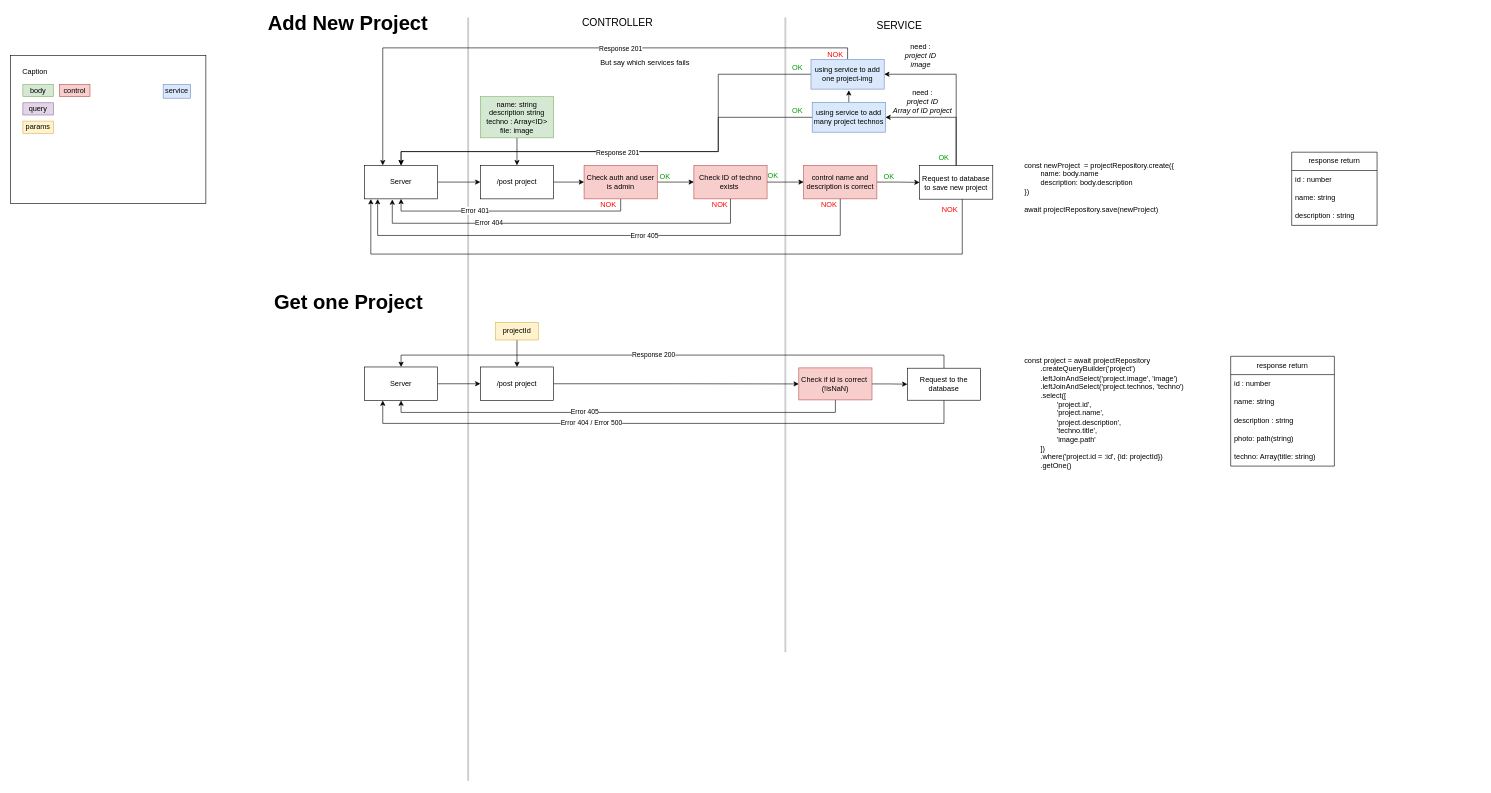
Above: documentation/projectRouteSchema.drawio in nsevendev/hecate (draw.io), before the change. Source tidied: cells renumbered, new cells numbered last; positions are measured from the earlier drawing's top-left corner, leaving out a move shared by most shapes. Both pictures are drawn from the tidied source at 61%, with x=0, y=0 at pixel (10, 10).
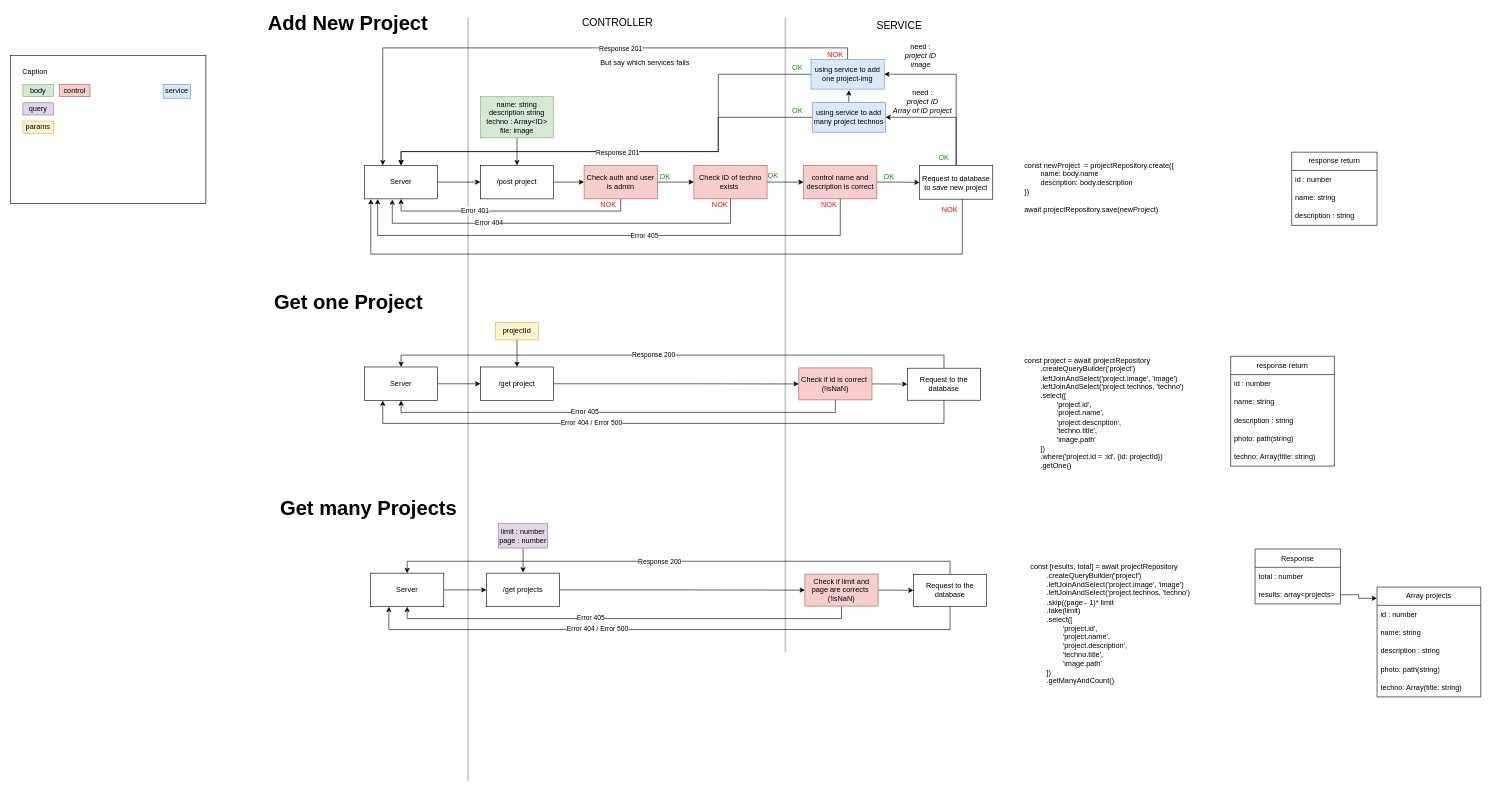
After the change.

Commit message:
schema: create get many projects route

Change to the diagram source:
```diff
@@
-    <mxCell id="65" value="/post project" style="rounded=0;whiteSpace=wrap;html=1;" parent="1" vertex="1">
+    <mxCell id="65" value="/get project" style="rounded=0;whiteSpace=wrap;html=1;" parent="1" vertex="1">
       <mxGeometry x="770" y="584.1" width="120" height="55" as="geometry" />
     </mxCell>
@@
     <mxCell id="72" value="Get one Project" style="text;html=1;align=left;verticalAlign=middle;whiteSpace=wrap;rounded=0;fontStyle=1;fontSize=33;" parent="1" vertex="1">
-      <mxGeometry x="430" y="463" width="380" height="30" as="geometry" />
+      <mxGeometry x="430" y="463" width="380" height="28" as="geometry" />
     </mxCell>
@@
     <mxCell id="84" value="&lt;div&gt;const project = await projectRepository&lt;/div&gt;&lt;div&gt;&lt;span style=&quot;white-space: pre;&quot;&gt;&#9;&lt;/span&gt;.createQueryBuilder('project')&lt;br&gt;&lt;/div&gt;&lt;div&gt;&lt;span style=&quot;white-space: pre;&quot;&gt;&#9;&lt;/span&gt;.leftJoinAndSelect('project.image', 'image')&lt;br&gt;&lt;/div&gt;&lt;div&gt;&lt;span style=&quot;white-space: pre;&quot;&gt;&#9;&lt;/span&gt;.leftJoinAndSelect('project.technos, 'techno')&lt;br&gt;&lt;/div&gt;&lt;div&gt;&lt;span style=&quot;white-space: pre;&quot;&gt;&#9;&lt;/span&gt;.select([&lt;/div&gt;&lt;div&gt;&lt;span style=&quot;white-space: pre;&quot;&gt;&#9;&lt;/span&gt;&lt;span style=&quot;white-space: pre;&quot;&gt;&#9;&lt;/span&gt;'project.id',&lt;br&gt;&lt;/div&gt;&lt;div&gt;&lt;span style=&quot;white-space: pre;&quot;&gt;&#9;&lt;/span&gt;&lt;span style=&quot;white-space: pre;&quot;&gt;&#9;&lt;/span&gt;'project.name',&lt;br&gt;&lt;/div&gt;&lt;div&gt;&lt;span style=&quot;white-space: pre;&quot;&gt;&#9;&lt;/span&gt;&lt;span style=&quot;white-space: pre;&quot;&gt;&#9;&lt;/span&gt;'project.description',&lt;br&gt;&lt;/div&gt;&lt;div&gt;&lt;span style=&quot;white-space: pre;&quot;&gt;&#9;&lt;/span&gt;&lt;span style=&quot;white-space: pre;&quot;&gt;&#9;&lt;/span&gt;'techno.title',&lt;br&gt;&lt;/div&gt;&lt;div&gt;&lt;span style=&quot;white-space: pre;&quot;&gt;&#9;&lt;/span&gt;&lt;span style=&quot;white-space: pre;&quot;&gt;&#9;&lt;/span&gt;'image.path'&lt;br&gt;&lt;/div&gt;&lt;div&gt;&lt;span style=&quot;white-space: pre;&quot;&gt;&#9;&lt;/span&gt;])&lt;br&gt;&lt;/div&gt;&lt;div&gt;&lt;span style=&quot;white-space: pre;&quot;&gt;&#9;&lt;/span&gt;.where('project.id = :id', {id: projectId})&lt;br&gt;&lt;/div&gt;&lt;div&gt;&lt;span style=&quot;white-space: pre;&quot;&gt;&#9;&lt;/span&gt;.getOne()&lt;br&gt;&lt;/div&gt;" style="text;html=1;align=left;verticalAlign=top;whiteSpace=wrap;rounded=0;" parent="1" vertex="1">
-      <mxGeometry x="1660" y="560.4" width="310" height="100" as="geometry" />
+      <mxGeometry x="1660" y="560.4" width="310" height="210.6" as="geometry" />
     </mxCell>
@@
+    <mxCell id="86" style="edgeStyle=orthogonalEdgeStyle;rounded=0;jettySize=auto;html=1;entryX=0;entryY=0.5;entryDx=0;entryDy=0;" parent="1" edge="1" source="87" target="89">
+      <mxGeometry relative="1" as="geometry" />
+    </mxCell>
+    <mxCell id="87" value="Server" style="rounded=0;whiteSpace=wrap;html=1;" parent="1" vertex="1">
+      <mxGeometry x="590" y="922.1" width="120" height="55" as="geometry" />
+    </mxCell>
+    <mxCell id="88" style="edgeStyle=orthogonalEdgeStyle;rounded=0;jettySize=auto;html=1;" parent="1" edge="1" source="89" target="100">
+      <mxGeometry relative="1" as="geometry" />
+    </mxCell>
+    <mxCell id="89" value="/get projects" style="rounded=0;whiteSpace=wrap;html=1;" parent="1" vertex="1">
+      <mxGeometry x="780" y="922.1" width="120" height="55" as="geometry" />
+    </mxCell>
+    <mxCell id="90" value="Array projects" style="swimlane;fontStyle=0;horizontal=1;startSize=30;whiteSpace=wrap;html=1;" parent="1" vertex="1">
+      <mxGeometry x="2240" y="944.9" width="170" height="180" as="geometry" />
+    </mxCell>
+    <mxCell id="91" value="id : number" style="text;strokeColor=none;fillColor=none;align=left;verticalAlign=middle;spacingLeft=4;spacingRight=4;overflow=hidden;whiteSpace=wrap;html=1;" parent="90" vertex="1">
+      <mxGeometry y="30" width="170" height="30" as="geometry" />
+    </mxCell>
+    <mxCell id="92" value="name: string" style="text;strokeColor=none;fillColor=none;align=left;verticalAlign=middle;spacingLeft=4;spacingRight=4;overflow=hidden;whiteSpace=wrap;html=1;" parent="90" vertex="1">
+      <mxGeometry y="60" width="170" height="30" as="geometry" />
+    </mxCell>
+    <mxCell id="93" value="description : string" style="text;strokeColor=none;fillColor=none;align=left;verticalAlign=middle;spacingLeft=4;spacingRight=4;overflow=hidden;whiteSpace=wrap;html=1;" parent="90" vertex="1">
+      <mxGeometry y="90" width="170" height="30" as="geometry" />
+    </mxCell>
+    <mxCell id="94" value="photo: path(string)" style="text;strokeColor=none;fillColor=none;align=left;verticalAlign=middle;spacingLeft=4;spacingRight=4;overflow=hidden;whiteSpace=wrap;html=1;" parent="90" vertex="1">
+      <mxGeometry y="120" width="170" height="30" as="geometry" />
+    </mxCell>
+    <mxCell id="95" value="techno: Array(title: string)" style="text;strokeColor=none;fillColor=none;align=left;verticalAlign=middle;spacingLeft=4;spacingRight=4;overflow=hidden;whiteSpace=wrap;html=1;" parent="90" vertex="1">
+      <mxGeometry y="150" width="170" height="30" as="geometry" />
+    </mxCell>
+    <mxCell id="96" value="Get many Projects" style="text;html=1;align=left;verticalAlign=middle;whiteSpace=wrap;rounded=0;fontStyle=1;fontSize=33;" parent="1" vertex="1">
+      <mxGeometry x="440" y="801" width="380" height="28" as="geometry" />
+    </mxCell>
+    <mxCell id="97" style="edgeStyle=orthogonalEdgeStyle;rounded=0;jettySize=auto;html=1;entryX=0.5;entryY=1;entryDx=0;entryDy=0;" parent="1" edge="1" source="100" target="87">
+      <mxGeometry relative="1" as="geometry">
+        <Array as="points">
+          <mxPoint x="1362" y="996.6" />
+          <mxPoint x="650" y="996.6" />
+        </Array>
+      </mxGeometry>
+    </mxCell>
+    <mxCell id="98" value="Error 405" style="edgeLabel;html=1;align=center;verticalAlign=middle;" parent="97" vertex="1">
+      <mxGeometry x="0.15" y="2" relative="1" as="geometry">
+        <mxPoint y="-3" as="offset" />
+      </mxGeometry>
+    </mxCell>
+    <mxCell id="99" style="edgeStyle=orthogonalEdgeStyle;rounded=0;jettySize=auto;html=1;entryX=0;entryY=0.5;entryDx=0;entryDy=0;" parent="1" edge="1" source="100" target="105">
+      <mxGeometry relative="1" as="geometry" />
+    </mxCell>
+    <mxCell id="100" value="Check if limit and page are corrects&amp;nbsp;&lt;br&gt;(!isNaN)" style="rounded=0;whiteSpace=wrap;html=1;fillColor=#f8cecc;strokeColor=#b85450;" parent="1" vertex="1">
+      <mxGeometry x="1302" y="923.6" width="120" height="52.5" as="geometry" />
+    </mxCell>
+    <mxCell id="101" style="edgeStyle=orthogonalEdgeStyle;rounded=0;jettySize=auto;html=1;entryX=0.25;entryY=1;entryDx=0;entryDy=0;" parent="1" edge="1" source="105" target="87">
+      <mxGeometry relative="1" as="geometry">
+        <Array as="points">
+          <mxPoint x="1540" y="1014.6" />
+          <mxPoint x="620" y="1014.6" />
+        </Array>
+      </mxGeometry>
+    </mxCell>
+    <mxCell id="102" value="Error 404 / Error 500" style="edgeLabel;html=1;align=center;verticalAlign=middle;" parent="101" vertex="1">
+      <mxGeometry x="0.24" y="-1" relative="1" as="geometry" />
+    </mxCell>
+    <mxCell id="103" style="edgeStyle=orthogonalEdgeStyle;rounded=0;jettySize=auto;html=1;entryX=0.5;entryY=0;entryDx=0;entryDy=0;" parent="1" edge="1" source="105" target="87">
+      <mxGeometry relative="1" as="geometry">
+        <Array as="points">
+          <mxPoint x="1540" y="902.6" />
+          <mxPoint x="650" y="902.6" />
+        </Array>
+      </mxGeometry>
+    </mxCell>
+    <mxCell id="104" value="Response 200" style="edgeLabel;html=1;align=center;verticalAlign=middle;" parent="103" vertex="1">
+      <mxGeometry x="0.07" relative="1" as="geometry" />
+    </mxCell>
+    <mxCell id="105" value="Request to the database" style="rounded=0;whiteSpace=wrap;html=1;" parent="1" vertex="1">
+      <mxGeometry x="1480" y="924.1" width="120" height="52.5" as="geometry" />
+    </mxCell>
+    <mxCell id="106" value="&lt;div&gt;const [results, total] = await projectRepository&lt;/div&gt;&lt;div&gt;&lt;span style=&quot;white-space: pre;&quot;&gt;&#9;&lt;/span&gt;.createQueryBuilder('project')&lt;br&gt;&lt;/div&gt;&lt;div&gt;&lt;span style=&quot;white-space: pre;&quot;&gt;&#9;&lt;/span&gt;.leftJoinAndSelect('project.image', 'image')&lt;br&gt;&lt;/div&gt;&lt;div&gt;&lt;span style=&quot;white-space: pre;&quot;&gt;&#9;&lt;/span&gt;.leftJoinAndSelect('project.technos, 'techno')&lt;br&gt;&lt;/div&gt;&lt;div&gt;&lt;span style=&quot;white-space: pre;&quot;&gt;&#9;&lt;/span&gt;.skip((page - 1)* limit&lt;br&gt;&lt;/div&gt;&lt;div&gt;&lt;span style=&quot;white-space: pre;&quot;&gt;&#9;&lt;/span&gt;.take(limit)&lt;br&gt;&lt;/div&gt;&lt;div&gt;&lt;span style=&quot;white-space: pre;&quot;&gt;&#9;&lt;/span&gt;.select([&lt;/div&gt;&lt;div&gt;&lt;span style=&quot;white-space: pre;&quot;&gt;&#9;&lt;/span&gt;&lt;span style=&quot;white-space: pre;&quot;&gt;&#9;&lt;/span&gt;'project.id',&lt;br&gt;&lt;/div&gt;&lt;div&gt;&lt;span style=&quot;white-space: pre;&quot;&gt;&#9;&lt;/span&gt;&lt;span style=&quot;white-space: pre;&quot;&gt;&#9;&lt;/span&gt;'project.name',&lt;br&gt;&lt;/div&gt;&lt;div&gt;&lt;span style=&quot;white-space: pre;&quot;&gt;&#9;&lt;/span&gt;&lt;span style=&quot;white-space: pre;&quot;&gt;&#9;&lt;/span&gt;'project.description',&lt;br&gt;&lt;/div&gt;&lt;div&gt;&lt;span style=&quot;white-space: pre;&quot;&gt;&#9;&lt;/span&gt;&lt;span style=&quot;white-space: pre;&quot;&gt;&#9;&lt;/span&gt;'techno.title',&lt;br&gt;&lt;/div&gt;&lt;div&gt;&lt;span style=&quot;white-space: pre;&quot;&gt;&#9;&lt;/span&gt;&lt;span style=&quot;white-space: pre;&quot;&gt;&#9;&lt;/span&gt;'image.path'&lt;br&gt;&lt;/div&gt;&lt;div&gt;&lt;span style=&quot;white-space: pre;&quot;&gt;&#9;&lt;/span&gt;])&lt;br&gt;&lt;/div&gt;&lt;div&gt;&lt;span style=&quot;background-color: initial; white-space: pre;&quot;&gt;&#9;&lt;/span&gt;&lt;span style=&quot;background-color: initial;&quot;&gt;.getManyAndCount()&lt;/span&gt;&lt;br&gt;&lt;/div&gt;" style="text;html=1;align=left;verticalAlign=top;whiteSpace=wrap;rounded=0;" parent="1" vertex="1">
+      <mxGeometry x="1670" y="898.4" width="310" height="210.6" as="geometry" />
+    </mxCell>
+    <mxCell id="107" style="edgeStyle=orthogonalEdgeStyle;rounded=0;jettySize=auto;html=1;" parent="1" edge="1" source="108">
+      <mxGeometry relative="1" as="geometry">
+        <mxPoint x="840" y="921" as="targetPoint" />
+      </mxGeometry>
+    </mxCell>
+    <mxCell id="108" value="limit : number&lt;div&gt;page : number&lt;/div&gt;" style="rounded=0;whiteSpace=wrap;html=1;fillColor=#e1d5e7;strokeColor=#9673a6;" parent="1" vertex="1">
+      <mxGeometry x="800" y="841" width="80" height="40" as="geometry" />
+    </mxCell>
+    <mxCell id="109" value="Response" style="swimlane;fontStyle=0;horizontal=1;startSize=30;whiteSpace=wrap;html=1;" parent="1" vertex="1">
+      <mxGeometry x="2040" y="882.5" width="140" height="90" as="geometry" />
+    </mxCell>
+    <mxCell id="110" value="total : number" style="text;strokeColor=none;fillColor=none;align=left;verticalAlign=middle;spacingLeft=4;spacingRight=4;overflow=hidden;whiteSpace=wrap;html=1;" parent="109" vertex="1">
+      <mxGeometry y="30" width="140" height="30" as="geometry" />
+    </mxCell>
+    <mxCell id="111" value="results: array&amp;lt;projects&amp;gt;" style="text;strokeColor=none;fillColor=none;align=left;verticalAlign=middle;spacingLeft=4;spacingRight=4;overflow=hidden;points=[[0,0.5],[1,0.5]];portConstraint=eastwest;whiteSpace=wrap;html=1;" parent="109" vertex="1">
+      <mxGeometry y="60" width="140" height="30" as="geometry" />
+    </mxCell>
+    <mxCell id="112" style="edgeStyle=orthogonalEdgeStyle;rounded=0;jettySize=auto;html=1;entryX=-0.001;entryY=0.102;entryDx=0;entryDy=0;entryPerimeter=0;" parent="1" edge="1" source="111" target="90">
+      <mxGeometry relative="1" as="geometry" />
+    </mxCell>
```
